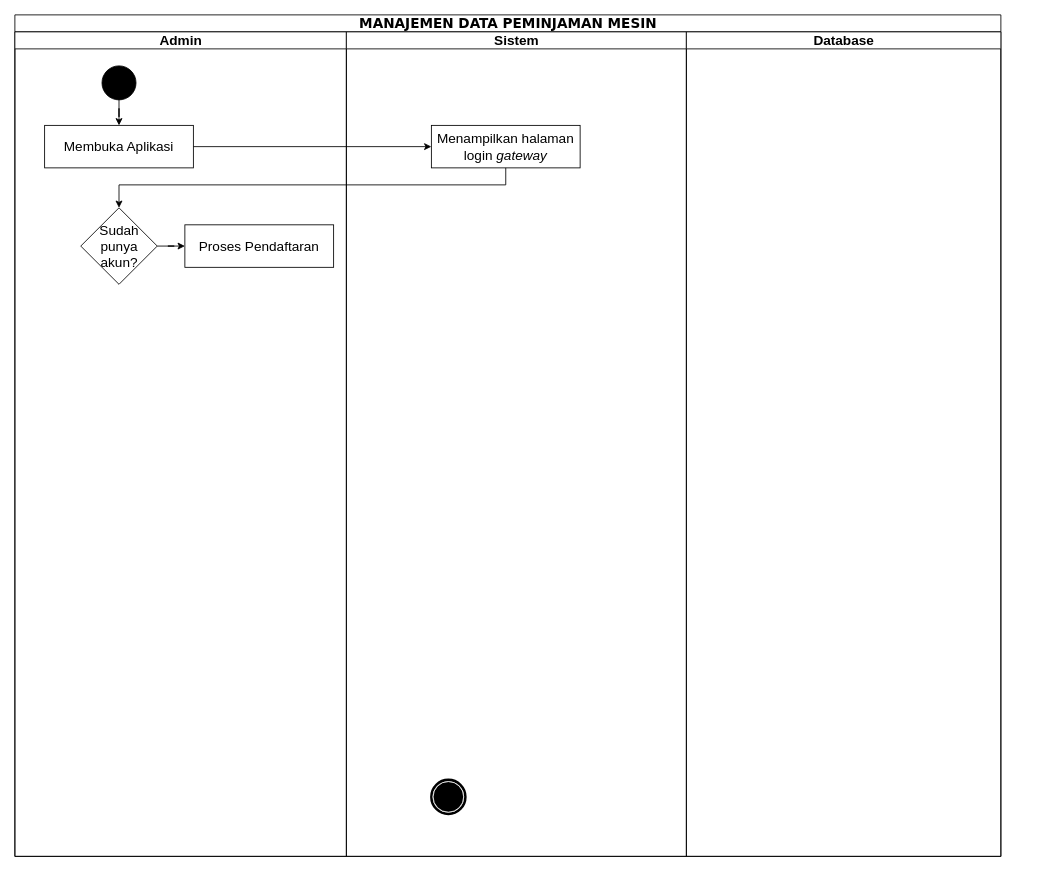
This is Diagram Aktivitas Admin.drawio.xml from murtianggraeni/TugasAkhir_Flowchart, a draw.io file, before an edit. Source tidied: cells renumbered, new cells numbered last; positions are measured from the earlier drawing's top-left corner, leaving out a move shared by most shapes. Both pictures are drawn from the tidied source at 85%, with x=0, y=0 at pixel (14, 14).
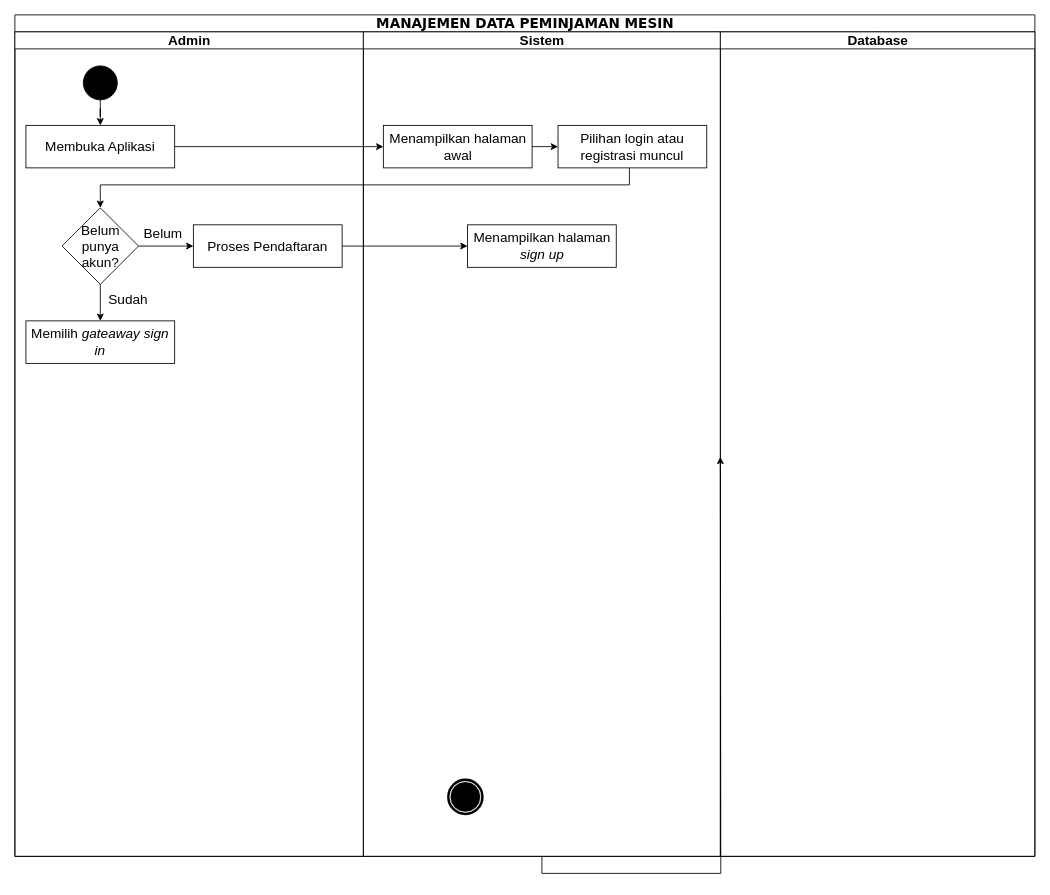
The same diagram, later.

Diff of the diagram source:
```diff
@@
     <mxCell id="2" value="&lt;font style=&quot;font-size: 16px;&quot;&gt;MANAJEMEN DATA PEMINJAMAN MESIN&lt;/font&gt;" style="swimlane;html=1;startSize=20;rounded=0;shadow=0;comic=0;labelBackgroundColor=none;strokeWidth=1;fontFamily=Verdana;fontSize=12;align=center;" parent="1" vertex="1">
-      <mxGeometry width="1160" height="990" as="geometry" />
+      <mxGeometry width="1200" height="990" as="geometry" />
     </mxCell>
     <mxCell id="3" value="&lt;font style=&quot;font-size: 16px;&quot;&gt;Admin&lt;/font&gt;" style="swimlane;html=1;startSize=20;" parent="2" vertex="1">
-      <mxGeometry y="20" width="390" height="970" as="geometry" />
+      <mxGeometry y="20" width="410" height="970" as="geometry" />
     </mxCell>
+    <mxCell id="7" style="edgeStyle=orthogonalEdgeStyle;rounded=0;jettySize=auto;html=1;" parent="3" edge="1" source="8" target="9">
+      <mxGeometry relative="1" as="geometry" />
+    </mxCell>
+    <mxCell id="17" value="&lt;font style=&quot;font-size: 16px;&quot;&gt;Belum&lt;/font&gt;" style="edgeLabel;html=1;align=center;verticalAlign=middle;" parent="7" vertex="1">
+      <mxGeometry x="-0.2" y="-2" relative="1" as="geometry">
+        <mxPoint x="2" y="-18" as="offset" />
+      </mxGeometry>
+    </mxCell>
+    <mxCell id="9" value="&lt;span style=&quot;font-size: 16px;&quot;&gt;Proses Pendaftaran&lt;/span&gt;" style="rounded=0;whiteSpace=wrap;html=1;" parent="3" vertex="1">
+      <mxGeometry x="210" y="227" width="175" height="50" as="geometry" />
+    </mxCell>
+    <mxCell id="6" value="&lt;div style=&quot;&quot;&gt;&lt;span style=&quot;font-size: 16px; background-color: initial;&quot;&gt;Membuka Aplikasi&lt;/span&gt;&lt;/div&gt;" style="rounded=0;whiteSpace=wrap;html=1;align=center;" parent="3" vertex="1">
+      <mxGeometry x="13" y="110" width="175" height="50" as="geometry" />
+    </mxCell>
+    <mxCell id="5" style="ellipse;whiteSpace=wrap;html=1;rounded=0;shadow=0;comic=0;labelBackgroundColor=none;strokeWidth=1;fillColor=#000000;fontFamily=Verdana;fontSize=12;align=center;" parent="3" vertex="1">
+      <mxGeometry x="80.5" y="40" width="40" height="40" as="geometry" />
+    </mxCell>
@@
-    <mxCell id="5" style="ellipse;whiteSpace=wrap;html=1;rounded=0;shadow=0;comic=0;labelBackgroundColor=none;strokeWidth=1;fillColor=#000000;fontFamily=Verdana;fontSize=12;align=center;" parent="3" vertex="1">
-      <mxGeometry x="102.5" y="40" width="40" height="40" as="geometry" />
-    </mxCell>
-    <mxCell id="6" value="&lt;div style=&quot;&quot;&gt;&lt;span style=&quot;font-size: 16px; background-color: initial;&quot;&gt;Membuka Aplikasi&lt;/span&gt;&lt;/div&gt;" style="rounded=0;whiteSpace=wrap;html=1;align=center;" parent="3" vertex="1">
-      <mxGeometry x="35" y="110" width="175" height="50" as="geometry" />
-    </mxCell>
-    <mxCell id="7" style="edgeStyle=orthogonalEdgeStyle;rounded=0;jettySize=auto;html=1;" parent="3" edge="1" source="8" target="9">
-      <mxGeometry relative="1" as="geometry" />
-    </mxCell>
+    <mxCell id="18" style="edgeStyle=orthogonalEdgeStyle;rounded=0;jettySize=auto;html=1;entryX=0.5;entryY=0;entryDx=0;entryDy=0;" parent="3" edge="1" source="8" target="20">
+      <mxGeometry relative="1" as="geometry" />
+    </mxCell>
+    <mxCell id="19" value="&lt;font style=&quot;font-size: 16px;&quot;&gt;Sudah&lt;/font&gt;" style="edgeLabel;html=1;align=center;verticalAlign=middle;" parent="18" vertex="1">
+      <mxGeometry x="0.05" y="-3" relative="1" as="geometry">
+        <mxPoint x="35" y="-6" as="offset" />
+      </mxGeometry>
+    </mxCell>
-    <mxCell id="8" value="&lt;font style=&quot;font-size: 16px;&quot;&gt;Sudah punya akun?&lt;/font&gt;" style="rhombus;whiteSpace=wrap;html=1;" parent="3" vertex="1">
-      <mxGeometry x="77.5" y="207" width="90" height="90" as="geometry" />
+    <mxCell id="8" value="&lt;font style=&quot;font-size: 16px;&quot;&gt;Belum punya akun?&lt;/font&gt;" style="rhombus;whiteSpace=wrap;html=1;" parent="3" vertex="1">
+      <mxGeometry x="55.5" y="207" width="90" height="90" as="geometry" />
     </mxCell>
-    <mxCell id="9" value="&lt;span style=&quot;font-size: 16px;&quot;&gt;Proses Pendaftaran&lt;/span&gt;" style="rounded=0;whiteSpace=wrap;html=1;" parent="3" vertex="1">
-      <mxGeometry x="200" y="227" width="175" height="50" as="geometry" />
-    </mxCell>
+    <mxCell id="20" value="&lt;div style=&quot;&quot;&gt;&lt;span style=&quot;font-size: 16px; background-color: initial;&quot;&gt;Memilih &lt;i&gt;gateaway sign in&lt;/i&gt;&lt;/span&gt;&lt;/div&gt;" style="rounded=0;whiteSpace=wrap;html=1;align=center;" parent="3" vertex="1">
+      <mxGeometry x="13" y="340" width="175" height="50" as="geometry" />
+    </mxCell>
+    <mxCell id="21" style="edgeStyle=orthogonalEdgeStyle;rounded=0;jettySize=auto;html=1;" parent="2" edge="1" source="10">
+      <mxGeometry relative="1" as="geometry">
+        <mxPoint x="830" y="520" as="targetPoint" />
+      </mxGeometry>
+    </mxCell>
+    <mxCell id="13" style="edgeStyle=orthogonalEdgeStyle;rounded=0;orthogonalLoop=1;jettySize=auto;html=1;exitX=0.5;exitY=0;exitDx=0;exitDy=0;entryX=0.501;entryY=0.01;entryDx=0;entryDy=0;entryPerimeter=0;" parent="2" edge="1" source="14" target="14">
+      <mxGeometry relative="1" as="geometry" />
+    </mxCell>
     <mxCell id="10" value="&lt;font style=&quot;font-size: 16px;&quot;&gt;Sistem&lt;/font&gt;" style="swimlane;html=1;startSize=20;" parent="2" vertex="1">
-      <mxGeometry x="390" y="20" width="400" height="970" as="geometry" />
+      <mxGeometry x="410" y="20" width="420" height="970" as="geometry" />
     </mxCell>
@@
+    <mxCell id="22" style="edgeStyle=orthogonalEdgeStyle;rounded=0;jettySize=auto;html=1;exitX=1;exitY=0.5;exitDx=0;exitDy=0;entryX=0;entryY=0.5;entryDx=0;entryDy=0;" parent="10" edge="1" source="12" target="24">
+      <mxGeometry relative="1" as="geometry" />
+    </mxCell>
-    <mxCell id="12" value="&lt;span style=&quot;font-size: 16px;&quot;&gt;Menampilkan halaman login &lt;i&gt;gateway&lt;/i&gt;&lt;/span&gt;" style="rounded=0;whiteSpace=wrap;html=1;" parent="10" vertex="1">
-      <mxGeometry x="100" y="110" width="175" height="50" as="geometry" />
+    <mxCell id="12" value="&lt;span style=&quot;font-size: 16px;&quot;&gt;Menampilkan halaman awal&lt;/span&gt;" style="rounded=0;whiteSpace=wrap;html=1;" parent="10" vertex="1">
+      <mxGeometry x="23.5" y="110" width="175" height="50" as="geometry" />
     </mxCell>
-    <mxCell id="13" style="edgeStyle=orthogonalEdgeStyle;rounded=0;orthogonalLoop=1;jettySize=auto;html=1;exitX=0.5;exitY=0;exitDx=0;exitDy=0;entryX=0.501;entryY=0.01;entryDx=0;entryDy=0;entryPerimeter=0;" parent="2" edge="1" source="14" target="14">
-      <mxGeometry relative="1" as="geometry" />
-    </mxCell>
+    <mxCell id="23" value="&lt;span style=&quot;font-size: 16px;&quot;&gt;Menampilkan halaman &lt;i&gt;sign up&lt;/i&gt;&lt;/span&gt;" style="rounded=0;whiteSpace=wrap;html=1;" parent="10" vertex="1">
+      <mxGeometry x="122.5" y="227" width="175" height="50" as="geometry" />
+    </mxCell>
+    <mxCell id="24" value="&lt;font style=&quot;font-size: 16px;&quot;&gt;Pilihan login atau registrasi muncul&lt;/font&gt;" style="rounded=0;whiteSpace=wrap;html=1;" parent="10" vertex="1">
+      <mxGeometry x="229" y="110" width="175" height="50" as="geometry" />
+    </mxCell>
     <mxCell id="14" value="&lt;font style=&quot;font-size: 16px;&quot;&gt;Database&lt;/font&gt;" style="swimlane;html=1;startSize=20;" parent="2" vertex="1">
-      <mxGeometry x="790" y="20" width="370" height="970" as="geometry" />
+      <mxGeometry x="830" y="20" width="370" height="970" as="geometry" />
     </mxCell>
@@
-    <mxCell id="16" style="edgeStyle=orthogonalEdgeStyle;rounded=0;jettySize=auto;html=1;entryX=0.5;entryY=0;entryDx=0;entryDy=0;" parent="2" edge="1" source="12" target="8">
-      <mxGeometry relative="1" as="geometry">
-        <Array as="points">
-          <mxPoint x="578" y="200" />
-          <mxPoint x="123" y="200" />
-        </Array>
-      </mxGeometry>
-    </mxCell>
+    <mxCell id="25" style="edgeStyle=orthogonalEdgeStyle;rounded=0;jettySize=auto;html=1;entryX=0;entryY=0.5;entryDx=0;entryDy=0;" parent="2" edge="1" source="9" target="23">
+      <mxGeometry relative="1" as="geometry" />
+    </mxCell>
+    <mxCell id="26" style="edgeStyle=orthogonalEdgeStyle;rounded=0;jettySize=auto;html=1;entryX=0.5;entryY=0;entryDx=0;entryDy=0;" parent="2" edge="1" source="24" target="8">
+      <mxGeometry relative="1" as="geometry">
+        <Array as="points">
+          <mxPoint x="723" y="200" />
+          <mxPoint x="101" y="200" />
+        </Array>
+      </mxGeometry>
+    </mxCell>
```
